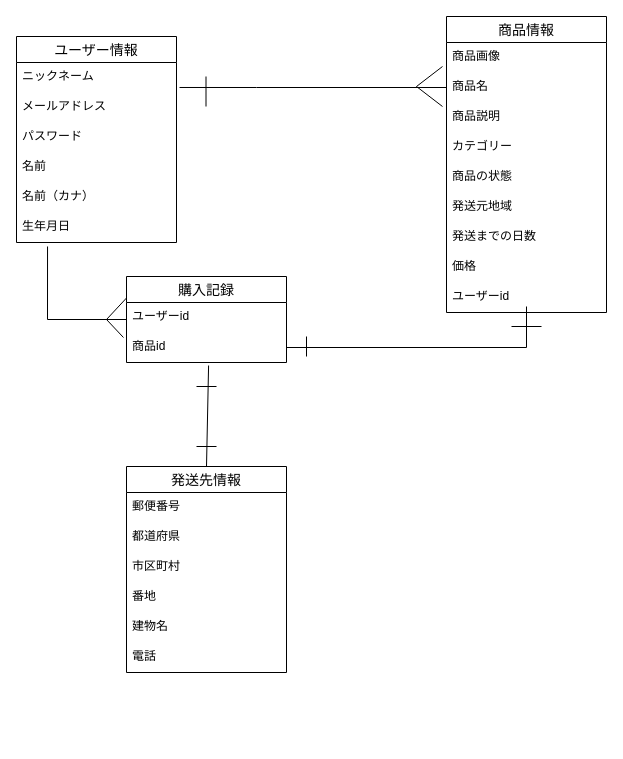
Earlier version of the draw.io diagram test.dio (nariyakitada/furima-38401). Source tidied: cells renumbered, new cells numbered last; positions are measured from the earlier drawing's top-left corner, leaving out a move shared by most shapes. Both pictures are drawn from the tidied source at 100%, with x=0, y=0 at pixel (16, 16).
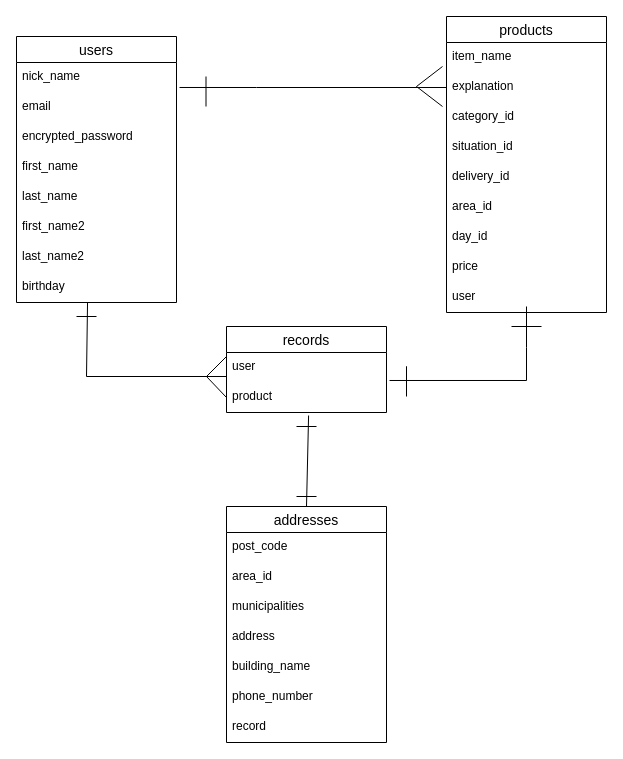
The same diagram, later.

Commit message:
データベース設計修正

Change to the diagram source:
```diff
@@
-    <mxCell id="2" value="ユーザー情報" style="swimlane;fontStyle=0;horizontal=1;startSize=26;align=center;fontSize=14;" parent="1" vertex="1">
-      <mxGeometry y="20" width="160" height="206" as="geometry" />
+    <mxCell id="2" value="users" style="swimlane;fontStyle=0;horizontal=1;startSize=26;align=center;fontSize=14;" parent="1" vertex="1">
+      <mxGeometry y="20" width="160" height="266" as="geometry" />
     </mxCell>
-    <mxCell id="3" value="ニックネーム" style="text;strokeColor=none;fillColor=none;spacingLeft=4;spacingRight=4;overflow=hidden;fontSize=12;" parent="2" vertex="1">
+    <mxCell id="3" value="nick_name" style="text;strokeColor=none;fillColor=none;spacingLeft=4;spacingRight=4;overflow=hidden;fontSize=12;" parent="2" vertex="1">
       <mxGeometry y="26" width="160" height="30" as="geometry" />
     </mxCell>
-    <mxCell id="4" value="メールアドレス" style="text;strokeColor=none;fillColor=none;spacingLeft=4;spacingRight=4;overflow=hidden;points=[[0,0.5],[1,0.5]];portConstraint=eastwest;fontSize=12;" parent="2" vertex="1">
+    <mxCell id="4" value="email" style="text;strokeColor=none;fillColor=none;spacingLeft=4;spacingRight=4;overflow=hidden;points=[[0,0.5],[1,0.5]];portConstraint=eastwest;fontSize=12;" parent="2" vertex="1">
       <mxGeometry y="56" width="160" height="30" as="geometry" />
     </mxCell>
-    <mxCell id="5" value="パスワード" style="text;strokeColor=none;fillColor=none;spacingLeft=4;spacingRight=4;overflow=hidden;fontSize=12;" parent="2" vertex="1">
+    <mxCell id="5" value="encrypted_password" style="text;strokeColor=none;fillColor=none;spacingLeft=4;spacingRight=4;overflow=hidden;fontSize=12;" parent="2" vertex="1">
       <mxGeometry y="86" width="160" height="30" as="geometry" />
     </mxCell>
-    <mxCell id="6" value="名前" style="text;strokeColor=none;fillColor=none;spacingLeft=4;spacingRight=4;overflow=hidden;fontSize=12;" parent="2" vertex="1">
+    <mxCell id="6" value="first_name " style="text;strokeColor=none;fillColor=none;spacingLeft=4;spacingRight=4;overflow=hidden;fontSize=12;" parent="2" vertex="1">
       <mxGeometry y="116" width="160" height="30" as="geometry" />
     </mxCell>
-    <mxCell id="7" value="名前（カナ）" style="text;strokeColor=none;fillColor=none;spacingLeft=4;spacingRight=4;overflow=hidden;fontSize=12;" parent="2" vertex="1">
+    <mxCell id="7" value="last_name" style="text;strokeColor=none;fillColor=none;spacingLeft=4;spacingRight=4;overflow=hidden;fontSize=12;" parent="2" vertex="1">
       <mxGeometry y="146" width="160" height="30" as="geometry" />
     </mxCell>
-    <mxCell id="8" value="生年月日" style="text;strokeColor=none;fillColor=none;spacingLeft=4;spacingRight=4;overflow=hidden;points=[[0,0.5],[1,0.5]];portConstraint=eastwest;fontSize=12;" parent="2" vertex="1">
+    <mxCell id="8" value="first_name2" style="text;strokeColor=none;fillColor=none;spacingLeft=4;spacingRight=4;overflow=hidden;points=[[0,0.5],[1,0.5]];portConstraint=eastwest;fontSize=12;" parent="2" vertex="1">
       <mxGeometry y="176" width="160" height="30" as="geometry" />
     </mxCell>
+    <mxCell id="40" value="last_name2" style="text;strokeColor=none;fillColor=none;spacingLeft=4;spacingRight=4;overflow=hidden;fontSize=12;" parent="2" vertex="1">
+      <mxGeometry y="206" width="160" height="30" as="geometry" />
+    </mxCell>
+    <mxCell id="41" value="birthday " style="text;strokeColor=none;fillColor=none;spacingLeft=4;spacingRight=4;overflow=hidden;points=[[0,0.5],[1,0.5]];portConstraint=eastwest;fontSize=12;" parent="2" vertex="1">
+      <mxGeometry y="236" width="160" height="30" as="geometry" />
+    </mxCell>
-    <mxCell id="9" value="商品情報" style="swimlane;fontStyle=0;horizontal=1;startSize=26;align=center;fontSize=14;" parent="1" vertex="1">
+    <mxCell id="9" value="products" style="swimlane;fontStyle=0;horizontal=1;startSize=26;align=center;fontSize=14;" parent="1" vertex="1">
       <mxGeometry x="430" width="160" height="296" as="geometry" />
     </mxCell>
-    <mxCell id="10" value="商品画像" style="text;strokeColor=none;fillColor=none;spacingLeft=4;spacingRight=4;overflow=hidden;fontSize=12;" parent="9" vertex="1">
-      <mxGeometry y="26" width="160" height="30" as="geometry" />
-    </mxCell>
-    <mxCell id="11" value="商品名" style="text;strokeColor=none;fillColor=none;spacingLeft=4;spacingRight=4;overflow=hidden;points=[[0,0.5],[1,0.5]];portConstraint=eastwest;fontSize=12;" parent="9" vertex="1">
-      <mxGeometry y="56" width="160" height="30" as="geometry" />
+    <mxCell id="11" value="item_name&#10;" style="text;strokeColor=none;fillColor=none;spacingLeft=4;spacingRight=4;overflow=hidden;points=[[0,0.5],[1,0.5]];portConstraint=eastwest;fontSize=12;" parent="9" vertex="1">
+      <mxGeometry y="26" width="160" height="30" as="geometry" />
     </mxCell>
-    <mxCell id="12" value="商品説明" style="text;strokeColor=none;fillColor=none;spacingLeft=4;spacingRight=4;overflow=hidden;points=[[0,0.5],[1,0.5]];portConstraint=eastwest;fontSize=12;" parent="9" vertex="1">
-      <mxGeometry y="86" width="160" height="30" as="geometry" />
+    <mxCell id="12" value="explanation" style="text;strokeColor=none;fillColor=none;spacingLeft=4;spacingRight=4;overflow=hidden;points=[[0,0.5],[1,0.5]];portConstraint=eastwest;fontSize=12;" parent="9" vertex="1">
+      <mxGeometry y="56" width="160" height="30" as="geometry" />
     </mxCell>
-    <mxCell id="13" value="カテゴリー" style="text;strokeColor=none;fillColor=none;spacingLeft=4;spacingRight=4;overflow=hidden;fontSize=12;" parent="9" vertex="1">
-      <mxGeometry y="116" width="160" height="30" as="geometry" />
+    <mxCell id="13" value="category_id " style="text;strokeColor=none;fillColor=none;spacingLeft=4;spacingRight=4;overflow=hidden;fontSize=12;" parent="9" vertex="1">
+      <mxGeometry y="86" width="160" height="30" as="geometry" />
     </mxCell>
-    <mxCell id="14" value="商品の状態" style="text;strokeColor=none;fillColor=none;spacingLeft=4;spacingRight=4;overflow=hidden;fontSize=12;" parent="9" vertex="1">
-      <mxGeometry y="146" width="160" height="30" as="geometry" />
+    <mxCell id="14" value="situation_id " style="text;strokeColor=none;fillColor=none;spacingLeft=4;spacingRight=4;overflow=hidden;fontSize=12;" parent="9" vertex="1">
+      <mxGeometry y="116" width="160" height="30" as="geometry" />
     </mxCell>
+    <mxCell id="42" value="delivery_id" style="text;strokeColor=none;fillColor=none;spacingLeft=4;spacingRight=4;overflow=hidden;fontSize=12;" parent="9" vertex="1">
+      <mxGeometry y="146" width="160" height="30" as="geometry" />
+    </mxCell>
-    <mxCell id="15" value="発送元地域" style="text;strokeColor=none;fillColor=none;spacingLeft=4;spacingRight=4;overflow=hidden;fontSize=12;" parent="9" vertex="1">
+    <mxCell id="15" value="area_id " style="text;strokeColor=none;fillColor=none;spacingLeft=4;spacingRight=4;overflow=hidden;fontSize=12;" parent="9" vertex="1">
       <mxGeometry y="176" width="160" height="30" as="geometry" />
     </mxCell>
-    <mxCell id="16" value="発送までの日数" style="text;strokeColor=none;fillColor=none;spacingLeft=4;spacingRight=4;overflow=hidden;fontSize=12;" parent="9" vertex="1">
+    <mxCell id="16" value="day_id " style="text;strokeColor=none;fillColor=none;spacingLeft=4;spacingRight=4;overflow=hidden;fontSize=12;" parent="9" vertex="1">
       <mxGeometry y="206" width="160" height="30" as="geometry" />
     </mxCell>
-    <mxCell id="17" value="価格" style="text;strokeColor=none;fillColor=none;spacingLeft=4;spacingRight=4;overflow=hidden;fontSize=12;" parent="9" vertex="1">
+    <mxCell id="17" value="price" style="text;strokeColor=none;fillColor=none;spacingLeft=4;spacingRight=4;overflow=hidden;fontSize=12;" parent="9" vertex="1">
       <mxGeometry y="236" width="160" height="30" as="geometry" />
     </mxCell>
-    <mxCell id="18" value="ユーザーid" style="text;strokeColor=none;fillColor=none;spacingLeft=4;spacingRight=4;overflow=hidden;fontSize=12;" parent="9" vertex="1">
+    <mxCell id="18" value="user " style="text;strokeColor=none;fillColor=none;spacingLeft=4;spacingRight=4;overflow=hidden;fontSize=12;" parent="9" vertex="1">
       <mxGeometry y="266" width="160" height="30" as="geometry" />
     </mxCell>
@@
-    <mxCell id="20" value="購入記録" style="swimlane;fontStyle=0;horizontal=1;startSize=26;align=center;fontSize=14;" parent="1" vertex="1">
-      <mxGeometry x="110" y="260" width="160" height="86" as="geometry" />
+    <mxCell id="20" value="records" style="swimlane;fontStyle=0;horizontal=1;startSize=26;align=center;fontSize=14;" parent="1" vertex="1">
+      <mxGeometry x="210" y="310" width="160" height="86" as="geometry" />
     </mxCell>
-    <mxCell id="21" value="ユーザーid" style="text;strokeColor=none;fillColor=none;spacingLeft=4;spacingRight=4;overflow=hidden;points=[[0,0.5],[1,0.5]];portConstraint=eastwest;fontSize=12;" parent="20" vertex="1">
+    <mxCell id="21" value="user" style="text;strokeColor=none;fillColor=none;spacingLeft=4;spacingRight=4;overflow=hidden;points=[[0,0.5],[1,0.5]];portConstraint=eastwest;fontSize=12;" parent="20" vertex="1">
       <mxGeometry y="26" width="160" height="30" as="geometry" />
     </mxCell>
-    <mxCell id="22" value="商品id&#10;" style="text;strokeColor=none;fillColor=none;spacingLeft=4;spacingRight=4;overflow=hidden;points=[[0,0.5],[1,0.5]];portConstraint=eastwest;fontSize=12;" parent="20" vertex="1">
+    <mxCell id="22" value="product" style="text;strokeColor=none;fillColor=none;spacingLeft=4;spacingRight=4;overflow=hidden;points=[[0,0.5],[1,0.5]];portConstraint=eastwest;fontSize=12;" parent="20" vertex="1">
       <mxGeometry y="56" width="160" height="30" as="geometry" />
     </mxCell>
-    <mxCell id="23" style="endArrow=none;html=1;rounded=0;exitX=0;exitY=0.25;exitDx=0;exitDy=0;entryX=-0.019;entryY=0.167;entryDx=0;entryDy=0;entryPerimeter=0;" parent="20" edge="1" source="20" target="22">
-      <mxGeometry relative="1" as="geometry">
-        <Array as="points">
-          <mxPoint x="-20" y="43" />
-        </Array>
-      </mxGeometry>
-    </mxCell>
-    <mxCell id="24" value="発送先情報" style="swimlane;fontStyle=0;horizontal=1;startSize=26;align=center;fontSize=14;" parent="1" vertex="1">
-      <mxGeometry x="110" y="450" width="160" height="206" as="geometry" />
+    <mxCell id="24" value="addresses" style="swimlane;fontStyle=0;horizontal=1;startSize=26;align=center;fontSize=14;" parent="1" vertex="1">
+      <mxGeometry x="210" y="490" width="160" height="236" as="geometry" />
     </mxCell>
-    <mxCell id="25" value="郵便番号" style="text;strokeColor=none;fillColor=none;spacingLeft=4;spacingRight=4;overflow=hidden;fontSize=12;" parent="24" vertex="1">
+    <mxCell id="25" value="post_code " style="text;strokeColor=none;fillColor=none;spacingLeft=4;spacingRight=4;overflow=hidden;fontSize=12;" parent="24" vertex="1">
       <mxGeometry y="26" width="160" height="30" as="geometry" />
     </mxCell>
-    <mxCell id="26" value="都道府県" style="text;strokeColor=none;fillColor=none;spacingLeft=4;spacingRight=4;overflow=hidden;fontSize=12;" parent="24" vertex="1">
+    <mxCell id="26" value="area_id" style="text;strokeColor=none;fillColor=none;spacingLeft=4;spacingRight=4;overflow=hidden;fontSize=12;" parent="24" vertex="1">
       <mxGeometry y="56" width="160" height="30" as="geometry" />
     </mxCell>
-    <mxCell id="27" value="市区町村" style="text;strokeColor=none;fillColor=none;spacingLeft=4;spacingRight=4;overflow=hidden;fontSize=12;" parent="24" vertex="1">
+    <mxCell id="27" value="municipalities" style="text;strokeColor=none;fillColor=none;spacingLeft=4;spacingRight=4;overflow=hidden;fontSize=12;" parent="24" vertex="1">
       <mxGeometry y="86" width="160" height="30" as="geometry" />
     </mxCell>
-    <mxCell id="28" value="番地" style="text;strokeColor=none;fillColor=none;spacingLeft=4;spacingRight=4;overflow=hidden;fontSize=12;" parent="24" vertex="1">
+    <mxCell id="28" value="address" style="text;strokeColor=none;fillColor=none;spacingLeft=4;spacingRight=4;overflow=hidden;fontSize=12;" parent="24" vertex="1">
       <mxGeometry y="116" width="160" height="30" as="geometry" />
     </mxCell>
-    <mxCell id="29" value="建物名" style="text;strokeColor=none;fillColor=none;spacingLeft=4;spacingRight=4;overflow=hidden;fontSize=12;" parent="24" vertex="1">
+    <mxCell id="29" value="building_name" style="text;strokeColor=none;fillColor=none;spacingLeft=4;spacingRight=4;overflow=hidden;fontSize=12;" parent="24" vertex="1">
       <mxGeometry y="146" width="160" height="30" as="geometry" />
     </mxCell>
-    <mxCell id="30" value="電話" style="text;strokeColor=none;fillColor=none;spacingLeft=4;spacingRight=4;overflow=hidden;fontSize=12;" parent="24" vertex="1">
+    <mxCell id="30" value="phone_number " style="text;strokeColor=none;fillColor=none;spacingLeft=4;spacingRight=4;overflow=hidden;fontSize=12;" parent="24" vertex="1">
       <mxGeometry y="176" width="160" height="30" as="geometry" />
     </mxCell>
+    <mxCell id="43" value="record " style="text;strokeColor=none;fillColor=none;spacingLeft=4;spacingRight=4;overflow=hidden;fontSize=12;" parent="24" vertex="1">
+      <mxGeometry y="206" width="160" height="30" as="geometry" />
+    </mxCell>
-    <mxCell id="31" style="endArrow=none;html=1;rounded=0;entryX=0;entryY=0.5;entryDx=0;entryDy=0;exitX=1.019;exitY=-0.167;exitDx=0;exitDy=0;exitPerimeter=0;" parent="1" edge="1" source="4" target="11">
+    <mxCell id="31" style="endArrow=none;html=1;rounded=0;entryX=0;entryY=0.5;entryDx=0;entryDy=0;exitX=1.019;exitY=-0.167;exitDx=0;exitDy=0;exitPerimeter=0;" parent="1" edge="1" source="4" target="12">
       <mxGeometry relative="1" as="geometry">
         <Array as="points">
           <mxPoint x="240" y="71" />
         </Array>
       </mxGeometry>
     </mxCell>
-    <mxCell id="32" style="endArrow=none;html=1;rounded=0;exitX=1;exitY=0.5;exitDx=0;exitDy=0;" parent="1" edge="1" source="22">
+    <mxCell id="32" style="endArrow=none;html=1;rounded=0;exitX=1.019;exitY=-0.067;exitDx=0;exitDy=0;exitPerimeter=0;" parent="1" edge="1" source="22">
       <mxGeometry relative="1" as="geometry">
         <mxPoint x="510" y="290" as="targetPoint" />
         <Array as="points">
+          <mxPoint x="510" y="364" />
           <mxPoint x="510" y="331" />
         </Array>
       </mxGeometry>
     </mxCell>
@@
     <mxCell id="34" style="endArrow=none;html=1;rounded=0;" parent="1" edge="1">
       <mxGeometry relative="1" as="geometry">
-        <mxPoint x="290" y="340" as="sourcePoint" />
-        <mxPoint x="290" y="320" as="targetPoint" />
+        <mxPoint x="390" y="380" as="sourcePoint" />
+        <mxPoint x="390" y="370" as="targetPoint" />
+        <Array as="points">
+          <mxPoint x="390" y="350" />
+        </Array>
       </mxGeometry>
     </mxCell>
@@
     <mxCell id="37" style="endArrow=none;html=1;rounded=0;" parent="1" edge="1">
       <mxGeometry relative="1" as="geometry">
-        <mxPoint x="180" y="430" as="sourcePoint" />
-        <mxPoint x="200" y="430" as="targetPoint" />
+        <mxPoint x="60" y="300" as="sourcePoint" />
+        <mxPoint x="80" y="300" as="targetPoint" />
       </mxGeometry>
     </mxCell>
-    <mxCell id="38" style="endArrow=none;html=1;rounded=0;" parent="1" edge="1">
-      <mxGeometry relative="1" as="geometry">
-        <mxPoint x="180" y="370" as="sourcePoint" />
-        <mxPoint x="200" y="370" as="targetPoint" />
-      </mxGeometry>
-    </mxCell>
-    <mxCell id="39" style="endArrow=none;html=1;rounded=0;exitX=0.194;exitY=1.133;exitDx=0;exitDy=0;exitPerimeter=0;" parent="1" edge="1" source="8">
-      <mxGeometry relative="1" as="geometry">
-        <mxPoint x="110" y="303" as="targetPoint" />
-        <Array as="points">
-          <mxPoint x="31" y="303" />
-        </Array>
-      </mxGeometry>
-    </mxCell>
+    <mxCell id="44" style="endArrow=none;html=1;rounded=0;exitX=0.444;exitY=1;exitDx=0;exitDy=0;exitPerimeter=0;entryX=0;entryY=0.8;entryDx=0;entryDy=0;entryPerimeter=0;" parent="1" edge="1" source="41" target="21">
+      <mxGeometry relative="1" as="geometry">
+        <Array as="points">
+          <mxPoint x="70" y="360" />
+        </Array>
+      </mxGeometry>
+    </mxCell>
+    <mxCell id="45" style="endArrow=none;html=1;rounded=0;exitX=0;exitY=0.5;exitDx=0;exitDy=0;" parent="1" edge="1" source="22">
+      <mxGeometry relative="1" as="geometry">
+        <mxPoint x="210" y="340" as="targetPoint" />
+        <Array as="points">
+          <mxPoint x="190" y="360" />
+        </Array>
+      </mxGeometry>
+    </mxCell>
+    <mxCell id="46" style="endArrow=none;html=1;rounded=0;" parent="1" edge="1">
+      <mxGeometry relative="1" as="geometry">
+        <mxPoint x="280" y="410" as="sourcePoint" />
+        <mxPoint x="300" y="410" as="targetPoint" />
+      </mxGeometry>
+    </mxCell>
+    <mxCell id="47" style="endArrow=none;html=1;rounded=0;" parent="1" edge="1">
+      <mxGeometry relative="1" as="geometry">
+        <mxPoint x="280" y="480" as="sourcePoint" />
+        <mxPoint x="300" y="480" as="targetPoint" />
+      </mxGeometry>
+    </mxCell>
```
